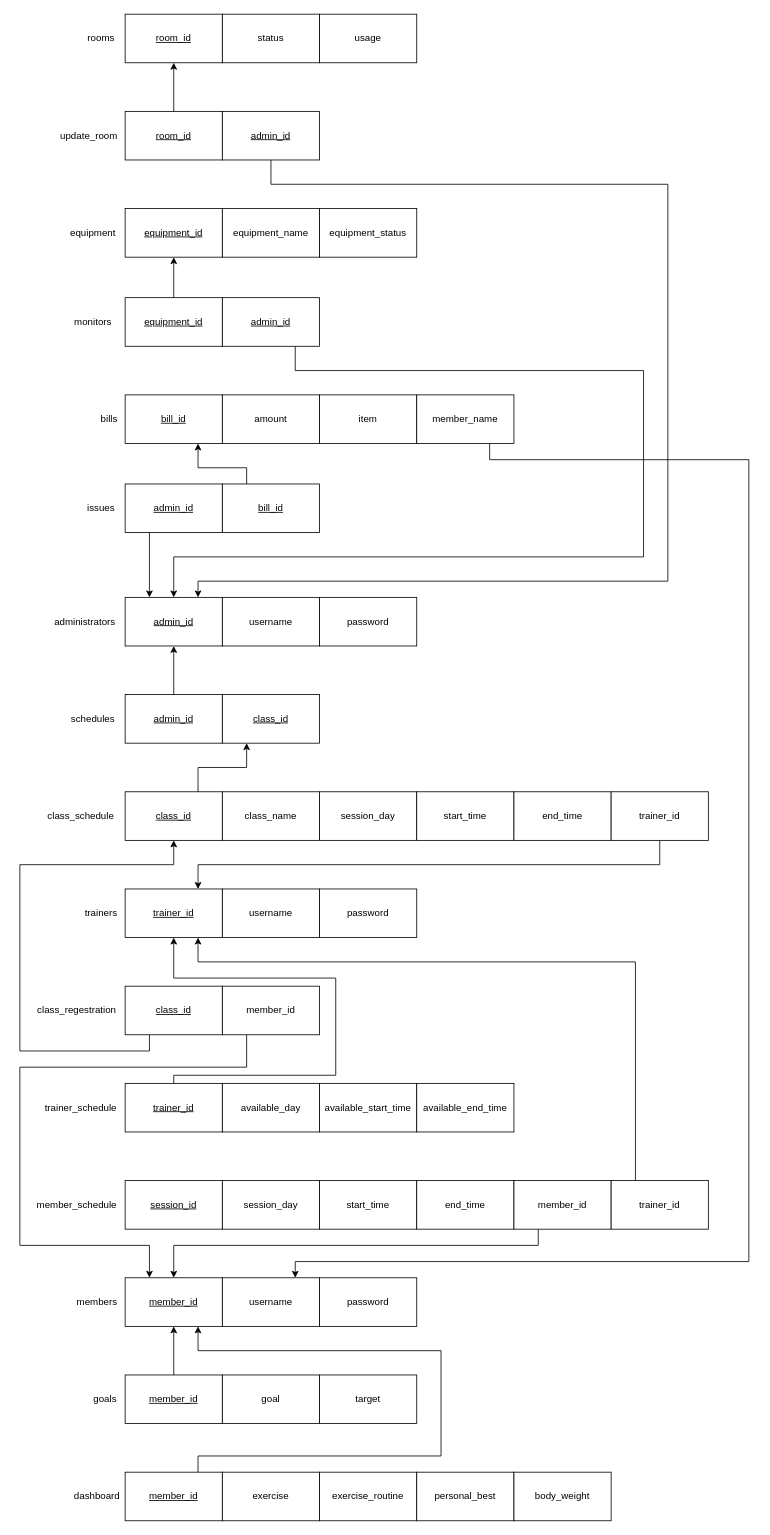
Earlier version of the draw.io diagram Retional Schema.drawio (Yasir-Sh/FitnessApp). Source tidied: cells renumbered, new cells numbered last; positions are measured from the earlier drawing's top-left corner, leaving out a move shared by most shapes. Both pictures are drawn from the tidied source at 81%, with x=0, y=0 at pixel (19, 14).
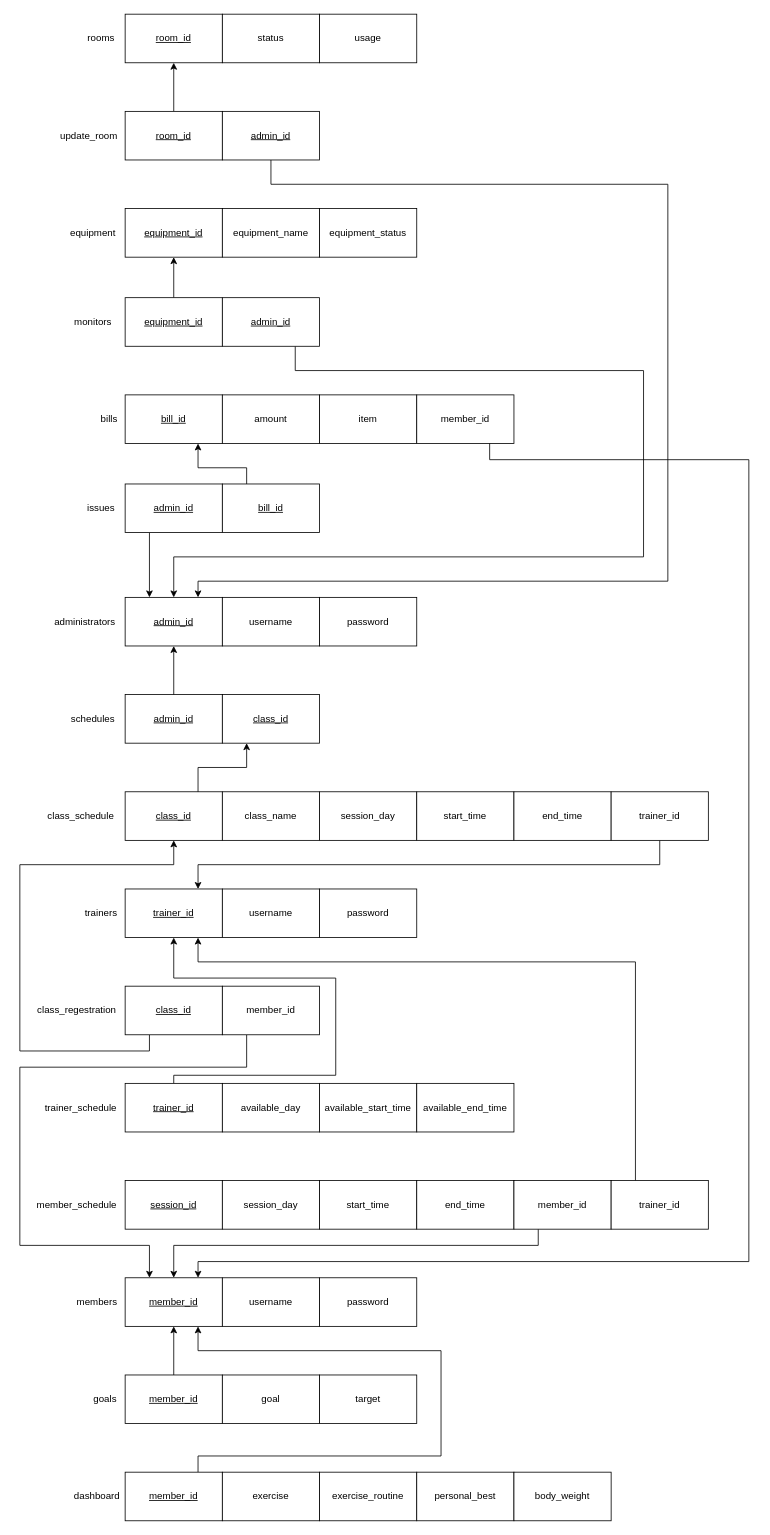
Above is the later version.

Unchanged cells that the change refers to:
```xml
<mxCell id="21" value="&lt;u&gt;member_id&lt;/u&gt;" style="rounded=0;whiteSpace=wrap;html=1;" parent="19" vertex="1">
  <mxGeometry x="70" width="120" height="60" as="geometry" />
</mxCell>
<mxCell id="22" value="username" style="rounded=0;whiteSpace=wrap;html=1;" parent="19" vertex="1">
  <mxGeometry x="190" width="120" height="60" as="geometry" />
</mxCell>
```

What changed in the source:
```diff
@@
-    <mxCell id="100" value="member_name" style="rounded=0;whiteSpace=wrap;html=1;" parent="1" vertex="1">
+    <mxCell id="100" value="member_id" style="rounded=0;whiteSpace=wrap;html=1;" parent="1" vertex="1">
       <mxGeometry x="490" y="470" width="120" height="60" as="geometry" />
     </mxCell>
-    <mxCell id="101" style="edgeStyle=orthogonalEdgeStyle;rounded=0;jettySize=auto;html=1;exitX=0.75;exitY=0;exitDx=0;exitDy=0;entryX=0.75;entryY=1;entryDx=0;entryDy=0;endArrow=none;endFill=0;startArrow=classic;startFill=1;" parent="1" edge="1" source="22" target="100">
+    <mxCell id="101" style="edgeStyle=orthogonalEdgeStyle;rounded=0;jettySize=auto;html=1;exitX=0.75;exitY=0;exitDx=0;exitDy=0;entryX=0.75;entryY=1;entryDx=0;entryDy=0;endArrow=none;endFill=0;startArrow=classic;startFill=1;" parent="1" edge="1" source="21" target="100">
       <mxGeometry relative="1" as="geometry">
         <Array as="points">
-          <mxPoint x="340" y="1540" />
+          <mxPoint x="220" y="1540" />
           <mxPoint x="900" y="1540" />
           <mxPoint x="900" y="550" />
           <mxPoint x="580" y="550" />
         </Array>
       </mxGeometry>
     </mxCell>
```
